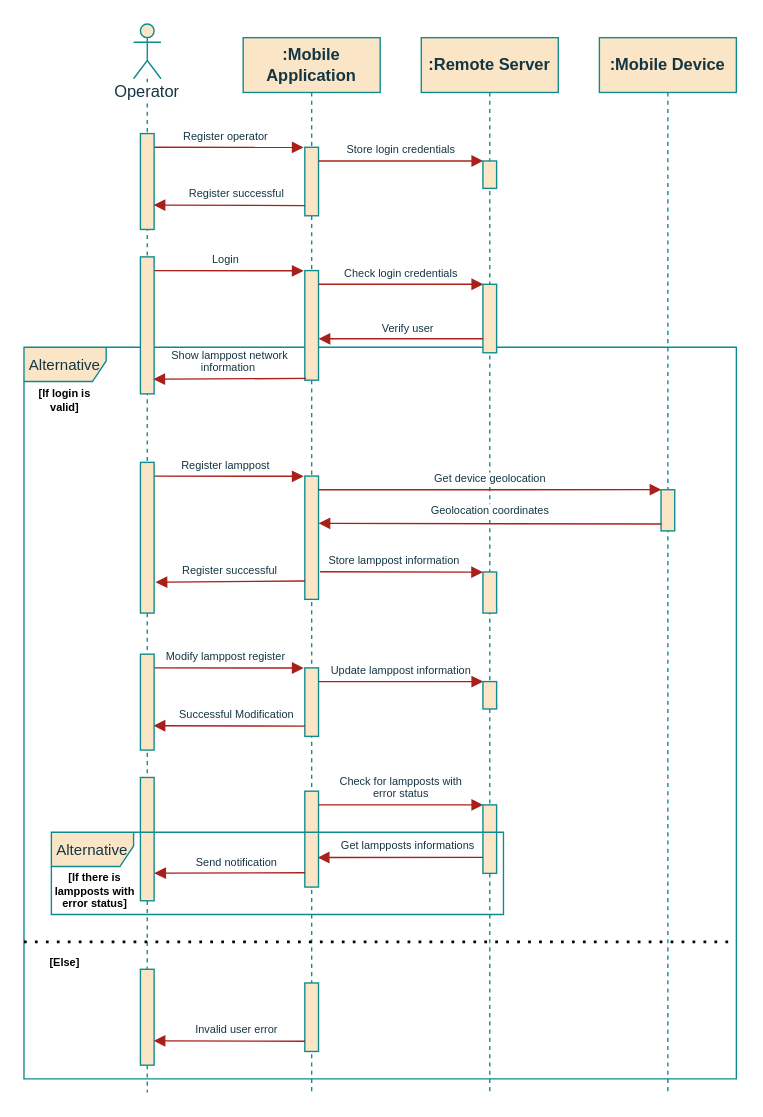
This is page "AppSystem_SeqDiagram" (3 of 6) of project/report/flowcharts/RemoteSystem.drawio from ESRGgroup9/slipad, a draw.io file, before an edit. Source tidied: cells renumbered, new cells numbered last; positions are measured from the earlier drawing's top-left corner, leaving out a move shared by most shapes. Both pictures are drawn from the tidied source at 137%, with x=0, y=0 at pixel (23, 23).
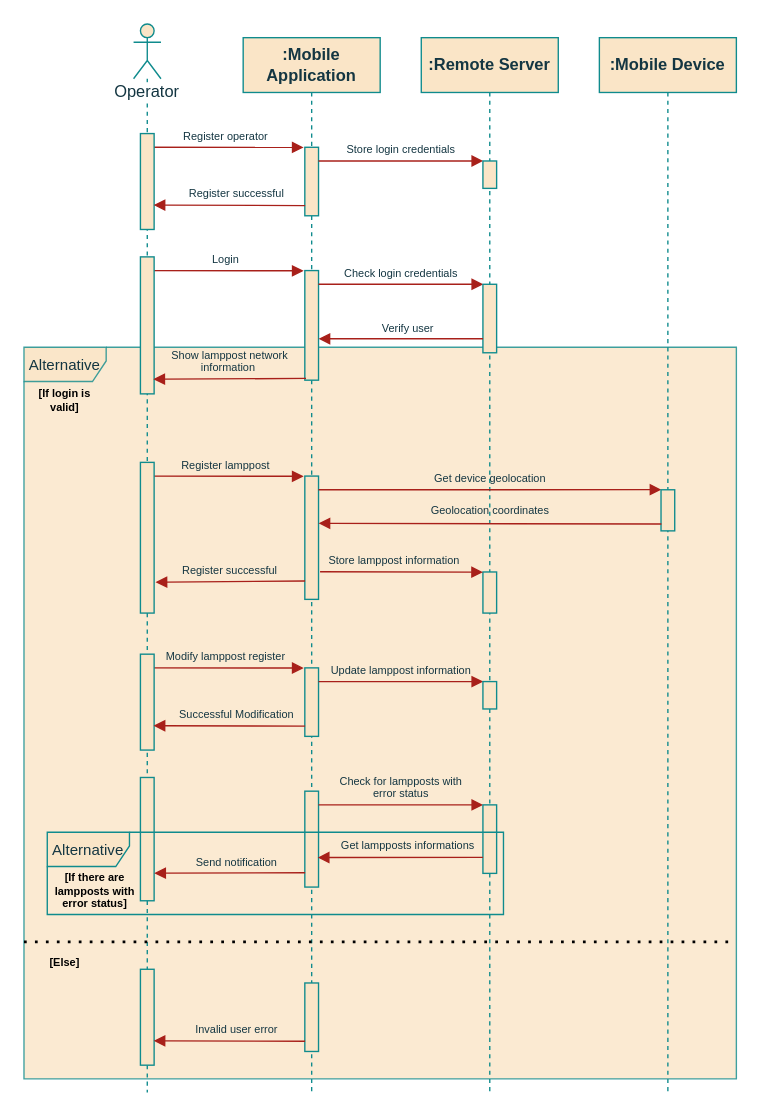
After the change.

Unchanged cells that the change refers to:
```xml
<mxCell id="9" value="&lt;b&gt;:Remote Server&lt;/b&gt;" style="shape=umlLifeline;perimeter=lifelinePerimeter;whiteSpace=wrap;html=1;fillColor=#FAE5C7;strokeColor=#0F8B8D;fontColor=#143642;" parent="1" vertex="1">
  <mxGeometry x="290" y="10" width="100" height="770" as="geometry" />
</mxCell>
<mxCell id="12" style="html=1;points=[];perimeter=orthogonalPerimeter;fillColor=#FAE5C7;strokeColor=#0F8B8D;fontColor=#143642;" parent="9" vertex="1">
  <mxGeometry x="-205" y="160" width="10" height="100" as="geometry" />
</mxCell>
<mxCell id="13" style="html=1;points=[];perimeter=orthogonalPerimeter;fillColor=#FAE5C7;strokeColor=#0F8B8D;fontColor=#143642;" parent="9" vertex="1">
  <mxGeometry x="-85" y="170" width="10" height="80" as="geometry" />
</mxCell>
<mxCell id="18" style="html=1;points=[];perimeter=orthogonalPerimeter;fillColor=#FAE5C7;strokeColor=#0F8B8D;fontColor=#143642;" parent="9" vertex="1">
  <mxGeometry x="-205" y="310" width="10" height="110" as="geometry" />
</mxCell>
<mxCell id="19" style="html=1;points=[];perimeter=orthogonalPerimeter;fillColor=#FAE5C7;strokeColor=#0F8B8D;fontColor=#143642;" parent="9" vertex="1">
  <mxGeometry x="-85" y="320" width="10" height="90" as="geometry" />
</mxCell>
<mxCell id="22" style="html=1;points=[];perimeter=orthogonalPerimeter;fillColor=#FAE5C7;strokeColor=#0F8B8D;fontColor=#143642;" parent="9" vertex="1">
  <mxGeometry x="45" y="390" width="10" height="30" as="geometry" />
</mxCell>
<mxCell id="25" style="html=1;points=[];perimeter=orthogonalPerimeter;fillColor=#FAE5C7;strokeColor=#0F8B8D;fontColor=#143642;" parent="9" vertex="1">
  <mxGeometry x="-205" y="450" width="10" height="70" as="geometry" />
</mxCell>
<mxCell id="26" style="html=1;points=[];perimeter=orthogonalPerimeter;fillColor=#FAE5C7;strokeColor=#0F8B8D;fontColor=#143642;" parent="9" vertex="1">
  <mxGeometry x="-85" y="460" width="10" height="50" as="geometry" />
</mxCell>
<mxCell id="30" style="html=1;points=[];perimeter=orthogonalPerimeter;fillColor=#FAE5C7;strokeColor=#0F8B8D;fontColor=#143642;" parent="9" vertex="1">
  <mxGeometry x="-205" y="540" width="10" height="90" as="geometry" />
</mxCell>
<mxCell id="31" style="html=1;points=[];perimeter=orthogonalPerimeter;fillColor=#FAE5C7;strokeColor=#0F8B8D;fontColor=#143642;" parent="9" vertex="1">
  <mxGeometry x="-85" y="550" width="10" height="70" as="geometry" />
</mxCell>
<mxCell id="33" style="html=1;points=[];perimeter=orthogonalPerimeter;fillColor=#FAE5C7;strokeColor=#0F8B8D;fontColor=#143642;" parent="9" vertex="1">
  <mxGeometry x="45" y="560" width="10" height="50" as="geometry" />
</mxCell>
<mxCell id="37" style="html=1;points=[];perimeter=orthogonalPerimeter;fillColor=#FAE5C7;strokeColor=#0F8B8D;fontColor=#143642;" parent="9" vertex="1">
  <mxGeometry x="-205" y="680" width="10" height="70" as="geometry" />
</mxCell>
<mxCell id="38" style="html=1;points=[];perimeter=orthogonalPerimeter;fillColor=#FAE5C7;strokeColor=#0F8B8D;fontColor=#143642;" parent="9" vertex="1">
  <mxGeometry x="-85" y="690" width="10" height="50" as="geometry" />
</mxCell>
<mxCell id="42" style="html=1;points=[];perimeter=orthogonalPerimeter;fillColor=#FAE5C7;strokeColor=#0F8B8D;fontColor=#143642;" parent="41" vertex="1">
  <mxGeometry x="45" y="330" width="10" height="30" as="geometry" />
</mxCell>
<mxCell id="43" style="html=1;verticalAlign=bottom;endArrow=block;rounded=0;fontSize=8;labelBackgroundColor=default;strokeColor=#A8201A;fontColor=#143642;exitX=0.029;exitY=0.833;exitDx=0;exitDy=0;exitPerimeter=0;entryX=1;entryY=0.383;entryDx=0;entryDy=0;entryPerimeter=0;" parent="1" edge="1" source="42" target="19">
  <mxGeometry relative="1" as="geometry" />
</mxCell>
```

What changed in the source:
```diff
@@
-    <mxCell id="2" value="&lt;font style=&quot;font-size: 11px&quot;&gt;Alternative&lt;/font&gt;" style="shape=umlFrame;whiteSpace=wrap;html=1;width=60;height=25;fillColor=#FAE5C7;strokeColor=#0F8B8D;fontColor=#143642;" parent="1" vertex="1">
+    <mxCell id="2" value="&lt;font style=&quot;font-size: 11px&quot;&gt;Alternative&lt;/font&gt;" style="shape=umlFrame;whiteSpace=wrap;html=1;width=60;height=25;fillColor=#FAE5C7;strokeColor=#0F8B8D;fontColor=#143642;swimlaneFillColor=#FAE5C7;opacity=80;" parent="1" vertex="1">
       <mxGeometry y="236" width="520" height="534" as="geometry" />
     </mxCell>
@@
-    <mxCell id="20" value="Register successful" style="html=1;verticalAlign=bottom;endArrow=block;rounded=0;fontSize=8;labelBackgroundColor=default;strokeColor=#A8201A;fontColor=#143642;labelBorderColor=none;exitX=0.02;exitY=0.851;exitDx=0;exitDy=0;exitPerimeter=0;entryX=1.105;entryY=0.795;entryDx=0;entryDy=0;entryPerimeter=0;" parent="9" edge="1" source="19" target="18">
+    <mxCell id="20" value="Register successful" style="html=1;verticalAlign=bottom;endArrow=block;rounded=0;fontSize=8;labelBackgroundColor=none;strokeColor=#A8201A;fontColor=#143642;labelBorderColor=none;exitX=0.02;exitY=0.851;exitDx=0;exitDy=0;exitPerimeter=0;entryX=1.105;entryY=0.795;entryDx=0;entryDy=0;entryPerimeter=0;" parent="9" edge="1" source="19" target="18">
       <mxGeometry x="0.01" relative="1" as="geometry" />
     </mxCell>
-    <mxCell id="21" value="Get device geolocation" style="html=1;verticalAlign=bottom;endArrow=block;rounded=0;entryX=0.029;entryY=-0.003;entryDx=0;entryDy=0;entryPerimeter=0;fontSize=8;labelBackgroundColor=default;strokeColor=#A8201A;fontColor=#143642;" parent="9" edge="1" target="42">
+    <mxCell id="21" value="Get device geolocation" style="html=1;verticalAlign=bottom;endArrow=block;rounded=0;entryX=0.029;entryY=-0.003;entryDx=0;entryDy=0;entryPerimeter=0;fontSize=8;labelBackgroundColor=none;strokeColor=#A8201A;fontColor=#143642;" parent="9" edge="1" target="42">
       <mxGeometry relative="1" as="geometry">
         <mxPoint x="-75" y="330" as="sourcePoint" />
       </mxGeometry>
     </mxCell>
@@
-    <mxCell id="23" value="Store lamppost information" style="html=1;verticalAlign=bottom;endArrow=block;rounded=0;fontSize=8;labelBackgroundColor=default;strokeColor=#A8201A;fontColor=#143642;labelBorderColor=none;exitX=1.114;exitY=0.776;exitDx=0;exitDy=0;exitPerimeter=0;entryX=0.007;entryY=0.005;entryDx=0;entryDy=0;entryPerimeter=0;" parent="9" edge="1" source="19" target="22">
+    <mxCell id="23" value="Store lamppost information" style="html=1;verticalAlign=bottom;endArrow=block;rounded=0;fontSize=8;labelBackgroundColor=none;strokeColor=#A8201A;fontColor=#143642;labelBorderColor=none;exitX=1.114;exitY=0.776;exitDx=0;exitDy=0;exitPerimeter=0;entryX=0.007;entryY=0.005;entryDx=0;entryDy=0;entryPerimeter=0;" parent="9" edge="1" source="19" target="22">
       <mxGeometry x="-0.09" relative="1" as="geometry" />
     </mxCell>
@@
-    <mxCell id="29" value="Successful Modification" style="html=1;verticalAlign=bottom;endArrow=block;rounded=0;fontSize=8;labelBackgroundColor=default;strokeColor=#A8201A;fontColor=#143642;labelBorderColor=none;exitX=0.02;exitY=0.851;exitDx=0;exitDy=0;exitPerimeter=0;entryX=0.962;entryY=0.746;entryDx=0;entryDy=0;entryPerimeter=0;" parent="9" edge="1" source="26" target="25">
+    <mxCell id="29" value="Successful Modification" style="html=1;verticalAlign=bottom;endArrow=block;rounded=0;fontSize=8;labelBackgroundColor=none;strokeColor=#A8201A;fontColor=#143642;labelBorderColor=none;exitX=0.02;exitY=0.851;exitDx=0;exitDy=0;exitPerimeter=0;entryX=0.962;entryY=0.746;entryDx=0;entryDy=0;entryPerimeter=0;" parent="9" edge="1" source="26" target="25">
       <mxGeometry x="-0.09" relative="1" as="geometry" />
     </mxCell>
@@
-    <mxCell id="34" value="Send notification" style="html=1;verticalAlign=bottom;endArrow=block;rounded=0;fontSize=8;labelBackgroundColor=default;strokeColor=#A8201A;fontColor=#143642;labelBorderColor=none;exitX=0.02;exitY=0.851;exitDx=0;exitDy=0;exitPerimeter=0;entryX=1.01;entryY=0.776;entryDx=0;entryDy=0;entryPerimeter=0;" parent="9" edge="1" source="31" target="30">
+    <mxCell id="34" value="Send notification" style="html=1;verticalAlign=bottom;endArrow=block;rounded=0;fontSize=8;labelBackgroundColor=none;strokeColor=#A8201A;fontColor=#143642;labelBorderColor=none;exitX=0.02;exitY=0.851;exitDx=0;exitDy=0;exitPerimeter=0;entryX=1.01;entryY=0.776;entryDx=0;entryDy=0;entryPerimeter=0;" parent="9" edge="1" source="31" target="30">
       <mxGeometry x="-0.09" relative="1" as="geometry" />
     </mxCell>
-    <mxCell id="35" value="Get lampposts informations" style="html=1;verticalAlign=bottom;endArrow=block;rounded=0;fontSize=8;labelBackgroundColor=default;strokeColor=#A8201A;fontColor=#143642;labelBorderColor=none;exitX=0;exitY=0.767;exitDx=0;exitDy=0;exitPerimeter=0;entryX=0.943;entryY=0.692;entryDx=0;entryDy=0;entryPerimeter=0;" parent="9" edge="1" source="33" target="31">
+    <mxCell id="35" value="Get lampposts informations" style="html=1;verticalAlign=bottom;endArrow=block;rounded=0;fontSize=8;labelBackgroundColor=none;strokeColor=#A8201A;fontColor=#143642;labelBorderColor=none;exitX=0;exitY=0.767;exitDx=0;exitDy=0;exitPerimeter=0;entryX=0.943;entryY=0.692;entryDx=0;entryDy=0;entryPerimeter=0;" parent="9" edge="1" source="33" target="31">
       <mxGeometry x="-0.09" relative="1" as="geometry" />
     </mxCell>
-    <mxCell id="36" value="&lt;div&gt;Show lamppost network&lt;/div&gt;&lt;div&gt;information&amp;nbsp; &lt;/div&gt;" style="html=1;verticalAlign=bottom;endArrow=block;rounded=0;fontSize=8;labelBackgroundColor=default;strokeColor=#A8201A;fontColor=#143642;labelBorderColor=none;exitX=0.086;exitY=0.984;exitDx=0;exitDy=0;exitPerimeter=0;entryX=0.943;entryY=0.893;entryDx=0;entryDy=0;entryPerimeter=0;" parent="9" edge="1" source="13" target="12">
+    <mxCell id="36" value="&lt;div&gt;Show lamppost network&lt;/div&gt;&lt;div&gt;information&amp;nbsp; &lt;/div&gt;" style="html=1;verticalAlign=bottom;endArrow=block;rounded=0;fontSize=8;labelBackgroundColor=none;strokeColor=#A8201A;fontColor=#143642;labelBorderColor=none;exitX=0.086;exitY=0.984;exitDx=0;exitDy=0;exitPerimeter=0;entryX=0.943;entryY=0.893;entryDx=0;entryDy=0;entryPerimeter=0;" parent="9" edge="1" source="13" target="12">
       <mxGeometry x="0.01" relative="1" as="geometry" />
     </mxCell>
@@
-    <mxCell id="39" value="Invalid user error" style="html=1;verticalAlign=bottom;endArrow=block;rounded=0;fontSize=8;labelBackgroundColor=default;strokeColor=#A8201A;fontColor=#143642;labelBorderColor=none;exitX=0.02;exitY=0.851;exitDx=0;exitDy=0;exitPerimeter=0;entryX=0.962;entryY=0.746;entryDx=0;entryDy=0;entryPerimeter=0;" parent="9" edge="1" source="38" target="37">
+    <mxCell id="39" value="Invalid user error" style="html=1;verticalAlign=bottom;endArrow=block;rounded=0;fontSize=8;labelBackgroundColor=none;strokeColor=#A8201A;fontColor=#143642;labelBorderColor=none;exitX=0.02;exitY=0.851;exitDx=0;exitDy=0;exitPerimeter=0;entryX=0.962;entryY=0.746;entryDx=0;entryDy=0;entryPerimeter=0;" parent="9" edge="1" source="38" target="37">
       <mxGeometry x="-0.09" relative="1" as="geometry" />
     </mxCell>
@@
-    <mxCell id="44" value="Geolocation coordinates" style="edgeLabel;html=1;align=center;verticalAlign=middle;fontSize=8;fontColor=#143642;" parent="43" vertex="1">
+    <mxCell id="44" value="Geolocation coordinates" style="edgeLabel;html=1;align=center;verticalAlign=middle;fontSize=8;fontColor=#143642;labelBackgroundColor=none;" parent="43" vertex="1">
       <mxGeometry x="0.07" y="-1" relative="1" as="geometry">
         <mxPoint x="8" y="-9" as="offset" />
       </mxGeometry>
     </mxCell>
@@
     <mxCell id="48" value="&lt;font style=&quot;font-size: 11px&quot;&gt;Alternative&lt;/font&gt;" style="shape=umlFrame;whiteSpace=wrap;html=1;width=60;height=25;fillColor=#FAE5C7;strokeColor=#0F8B8D;fontColor=#143642;" parent="1" vertex="1">
-      <mxGeometry x="20" y="590" width="330" height="60" as="geometry" />
+      <mxGeometry x="17" y="590" width="333" height="60" as="geometry" />
     </mxCell>
-    <mxCell id="49" value="&lt;div&gt;[If there is lampposts with error status]&lt;br&gt;&lt;/div&gt;" style="text;html=1;strokeColor=none;fillColor=none;align=center;verticalAlign=middle;whiteSpace=wrap;rounded=0;fontSize=8;fontStyle=1;" parent="1" vertex="1">
+    <mxCell id="49" value="&lt;div&gt;[If there are lampposts with error status]&lt;br&gt;&lt;/div&gt;" style="text;html=1;strokeColor=none;fillColor=none;align=center;verticalAlign=middle;whiteSpace=wrap;rounded=0;fontSize=8;fontStyle=1;" parent="1" vertex="1">
       <mxGeometry x="17" y="623" width="70" height="20" as="geometry" />
     </mxCell>
```
